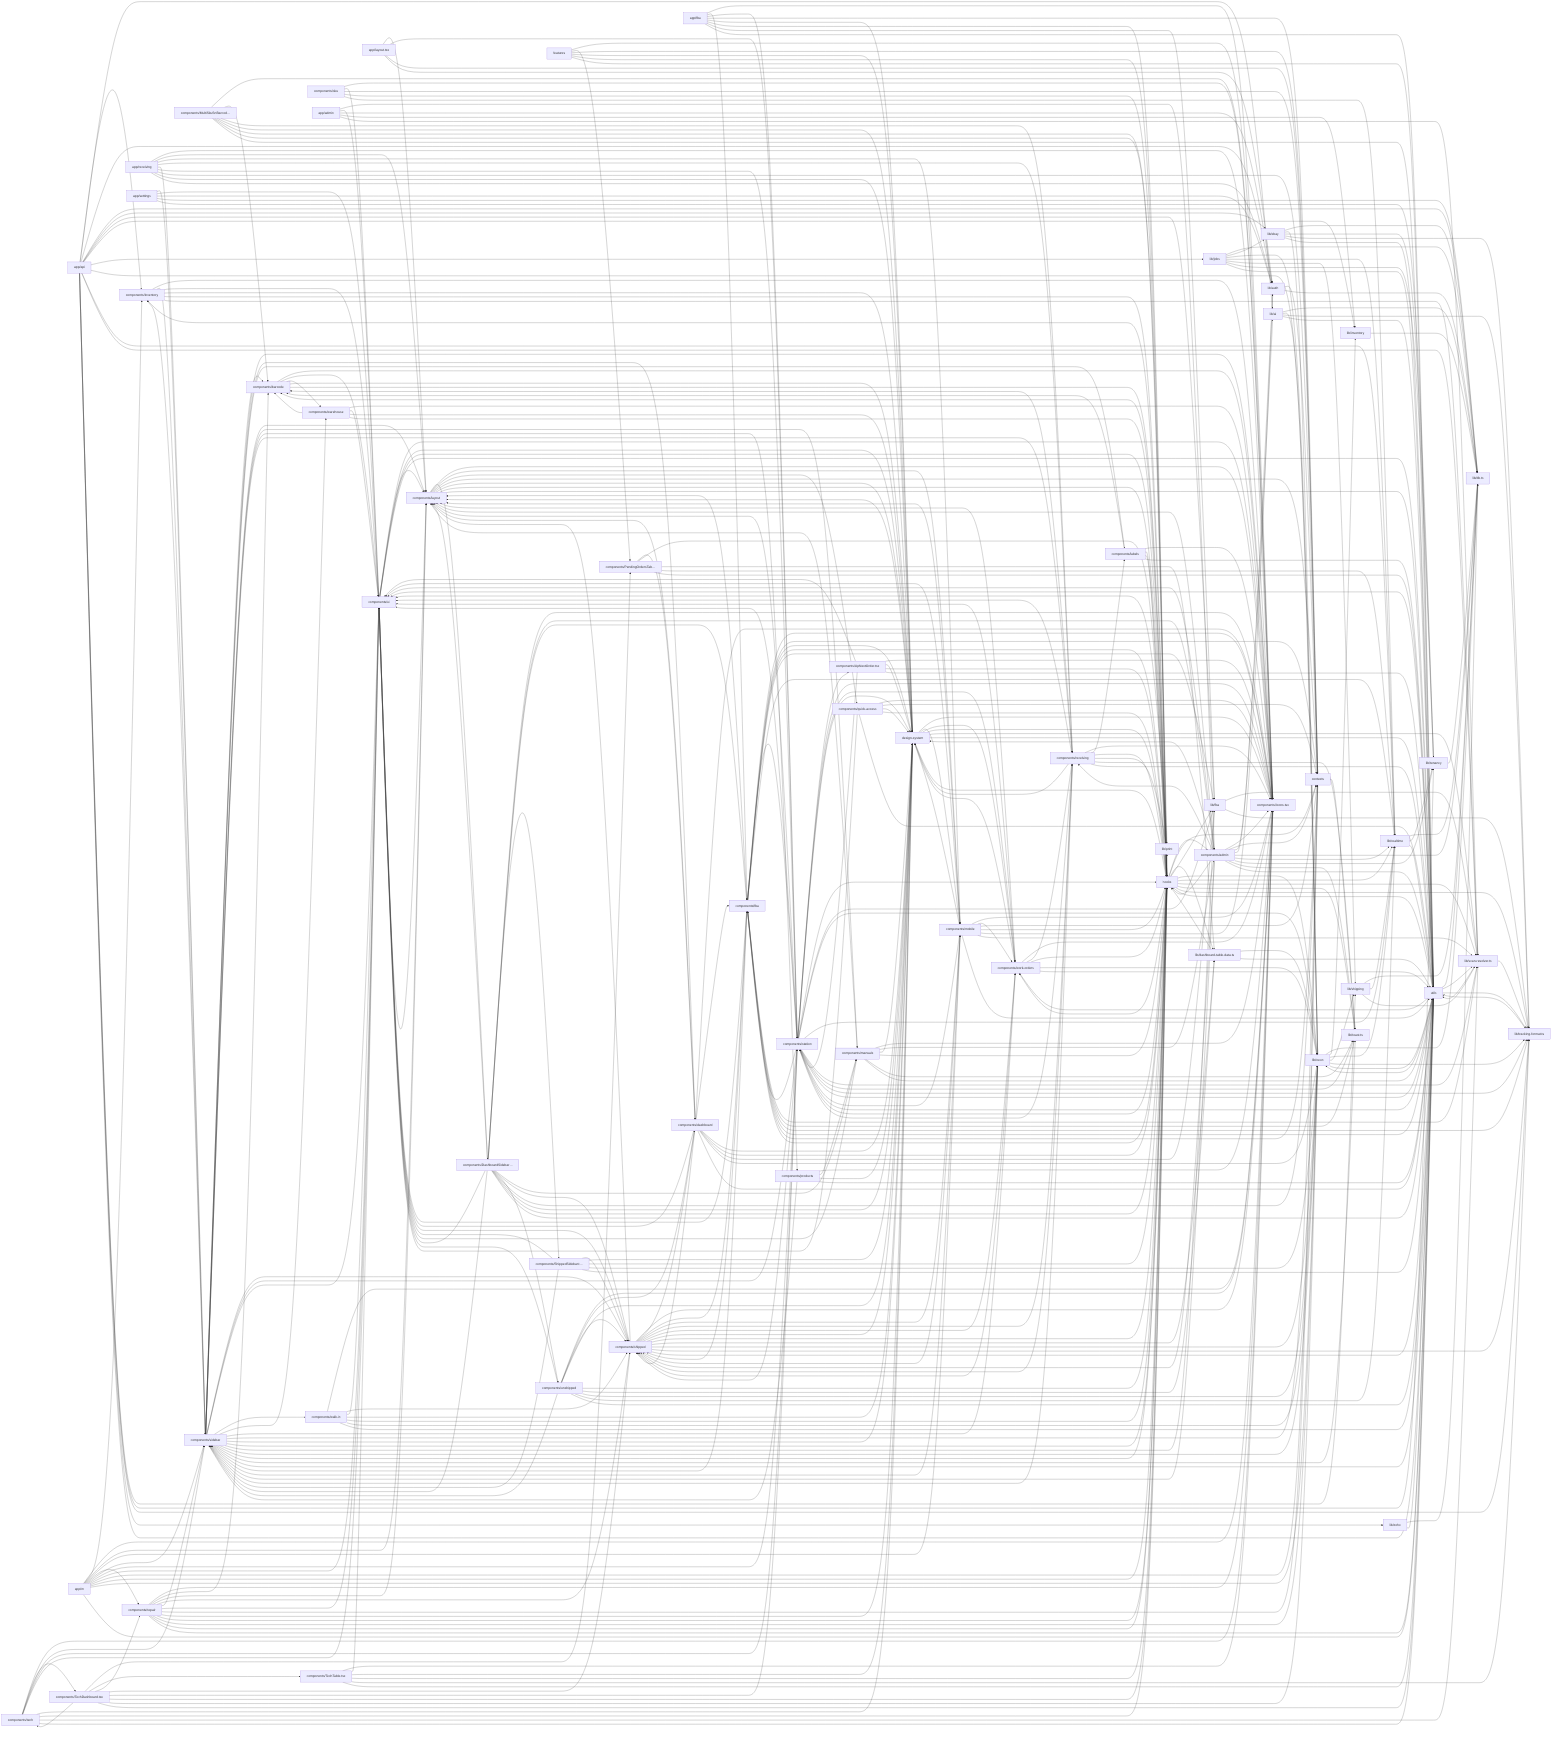
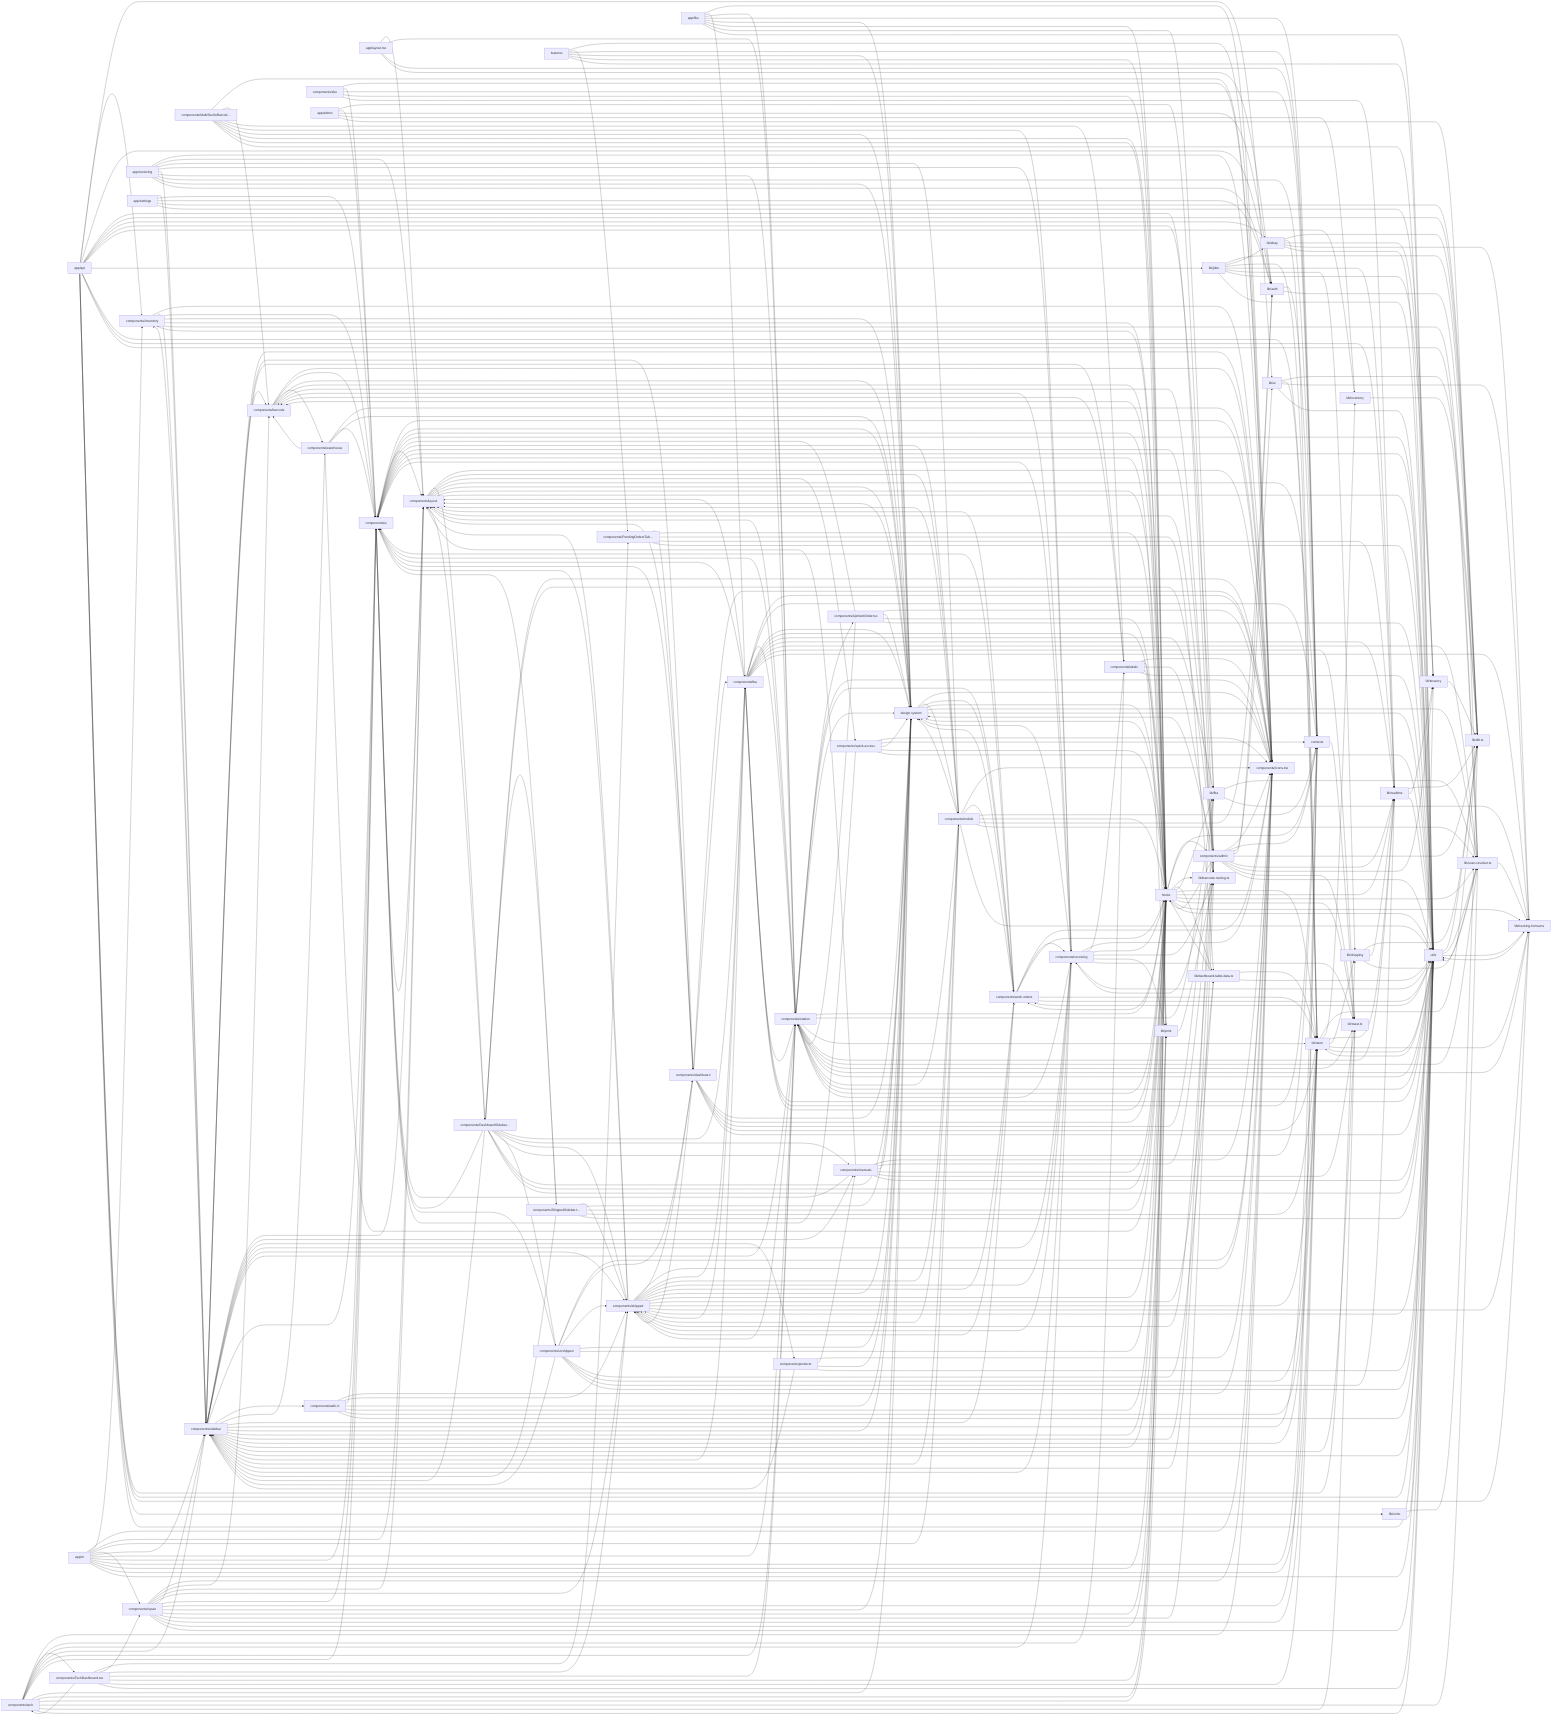
flowchart LR
  app_api["app/api"]
  click app_api "src/app/api/scan-tracking/route.ts" "Open src/app/api/scan-tracking/route.ts"
  hooks["hooks"]
  click hooks "src/hooks/_lifecycle.ts" "Open src/hooks/_lifecycle.ts"
  utils["utils"]
  click utils "src/utils/upnext-shared.ts" "Open src/utils/upnext-shared.ts"
+   design_system["design-system"]
+   click design_system "src/design-system/index.ts" "Open src/design-system/index.ts"
  components_Icons_tsx["components/Icons.tsx"]
  click components_Icons_tsx "src/components/Icons.tsx" "Open src/components/Icons.tsx"
-   design_system["design-system"]
-   click design_system "src/design-system/index.ts" "Open src/design-system/index.ts"
  components_sidebar["components/sidebar"]
  click components_sidebar "src/components/sidebar/DeviceModeToggle.tsx" "Open src/components/sidebar/DeviceModeToggle.tsx"
  components_ui["components/ui"]
  click components_ui "src/components/ui/DeleteButton.tsx" "Open src/components/ui/DeleteButton.tsx"
  lib_db_ts["lib/db.ts"]
  click lib_db_ts "src/lib/db.ts" "Open src/lib/db.ts"
-   components_layout["components/layout"]
-   click components_layout "src/components/layout/OfflineBanner.tsx" "Open src/components/layout/OfflineBanner.tsx"
  components_shipped["components/shipped"]
  click components_shipped "src/components/shipped/DateGroupHeader.tsx" "Open src/components/shipped/DateGroupHeader.tsx"
  components_station["components/station"]
  click components_station "src/components/station/BarcodeScanner.tsx" "Open src/components/station/BarcodeScanner.tsx"
+   components_layout["components/layout"]
+   click components_layout "src/components/layout/OfflineBanner.tsx" "Open src/components/layout/OfflineBanner.tsx"
  lib_neon["lib/neon"]
  click lib_neon "src/lib/neon/serial-units-queries.ts" "Open src/lib/neon/serial-units-queries.ts"
  contexts["contexts"]
  click contexts "src/contexts/HeaderContext.tsx" "Open src/contexts/HeaderContext.tsx"
  components_admin["components/admin"]
  click components_admin "src/components/admin/AccessSidebarPanel.tsx" "Open src/components/admin/AccessSidebarPanel.tsx"
  components_receiving["components/receiving"]
  click components_receiving "src/components/receiving/Mode2Unboxing.tsx" "Open src/components/receiving/Mode2Unboxing.tsx"
  components_mobile["components/mobile"]
  click components_mobile "src/components/mobile/ScanSurface.tsx" "Open src/components/mobile/ScanSurface.tsx"
  components_fba["components/fba"]
  click components_fba "src/components/fba/FbaShippedTable.tsx" "Open src/components/fba/FbaShippedTable.tsx"
  components_work_orders["components/work-orders"]
  click components_work_orders "src/components/work-orders/WorkOrderInfoStrip.tsx" "Open src/components/work-orders/WorkOrderInfoStrip.tsx"
  lib_realtime["lib/realtime"]
  click lib_realtime "src/lib/realtime/db-events.ts" "Open src/lib/realtime/db-events.ts"
  components_repair["components/repair"]
  click components_repair "src/components/repair/SignaturePad.tsx" "Open src/components/repair/SignaturePad.tsx"
  lib_auth["lib/auth"]
  click lib_auth "src/lib/auth/permission-registry.ts" "Open src/lib/auth/permission-registry.ts"
  components_DashboardSidebar_tsx["components/DashboardSidebar…"]
  click components_DashboardSidebar_tsx "src/components/DashboardSidebar.tsx" "Open src/components/DashboardSidebar.tsx"
+   components_tech["components/tech"]
+   click components_tech "src/components/tech/UpNextActionDock.tsx" "Open src/components/tech/UpNextActionDock.tsx"
+   lib_scan_resolver_ts["lib/scan-resolver.ts"]
+   click lib_scan_resolver_ts "src/lib/scan-resolver.ts" "Open src/lib/scan-resolver.ts"
  lib_tracking_format_ts["lib/tracking-format.ts"]
  click lib_tracking_format_ts "src/lib/tracking-format.ts" "Open src/lib/tracking-format.ts"
  components_dashboard["components/dashboard"]
  click components_dashboard "src/components/dashboard/StockZohoOrdersTable.tsx" "Open src/components/dashboard/StockZohoOrdersTable.tsx"
  components_barcode["components/barcode"]
  click components_barcode "src/components/barcode/SkuInput.tsx" "Open src/components/barcode/SkuInput.tsx"
-   lib_scan_resolver_ts["lib/scan-resolver.ts"]
-   click lib_scan_resolver_ts "src/lib/scan-resolver.ts" "Open src/lib/scan-resolver.ts"
  lib_jobs["lib/jobs"]
  click lib_jobs "src/lib/jobs/ebay-sync.ts" "Open src/lib/jobs/ebay-sync.ts"
-   components_manuals["components/manuals"]
-   click components_manuals "src/components/manuals/ManualsLibrarySidebar.tsx" "Open src/components/manuals/ManualsLibrarySidebar.tsx"
  app_m["app/m"]
  click app_m "src/app/m/layout.tsx" "Open src/app/m/layout.tsx"
  components_unshipped["components/unshipped"]
  click components_unshipped "src/components/unshipped/UnshippedTable.tsx" "Open src/components/unshipped/UnshippedTable.tsx"
+   components_manuals["components/manuals"]
+   click components_manuals "src/components/manuals/ManualsLibrarySidebar.tsx" "Open src/components/manuals/ManualsLibrarySidebar.tsx"
  components_inventory["components/inventory"]
  click components_inventory "src/components/inventory/InventoryShell.tsx" "Open src/components/inventory/InventoryShell.tsx"
-   components_tech["components/tech"]
-   click components_tech "src/components/tech/UpNextActionDock.tsx" "Open src/components/tech/UpNextActionDock.tsx"
  app_receiving["app/receiving"]
  click app_receiving "src/app/receiving/page.tsx" "Open src/app/receiving/page.tsx"
-   components_TechDashboard_tsx["components/TechDashboard.tsx"]
-   click components_TechDashboard_tsx "src/components/TechDashboard.tsx" "Open src/components/TechDashboard.tsx"
  components_walk_in["components/walk-in"]
  click components_walk_in "src/components/walk-in/SalesDetailsPanel.tsx" "Open src/components/walk-in/SalesDetailsPanel.tsx"
  lib_tenancy["lib/tenancy"]
  click lib_tenancy "src/lib/tenancy/db.test.ts" "Open src/lib/tenancy/db.test.ts"
+   components_TechDashboard_tsx["components/TechDashboard.tsx"]
+   click components_TechDashboard_tsx "src/components/TechDashboard.tsx" "Open src/components/TechDashboard.tsx"
+   components_labels["components/labels"]
+   click components_labels "src/components/labels/ReceivingCartonLabel.tsx" "Open src/components/labels/ReceivingCartonLabel.tsx"
  components_warehouse["components/warehouse"]
  click components_warehouse "src/components/warehouse/roomFinderContext.tsx" "Open src/components/warehouse/roomFinderContext.tsx"
+   lib_toast_ts["lib/toast.ts"]
+   click lib_toast_ts "src/lib/toast.ts" "Open src/lib/toast.ts"
+   lib_print["lib/print"]
+   click lib_print "src/lib/print/printRepairLabel.ts" "Open src/lib/print/printRepairLabel.ts"
  lib_fba["lib/fba"]
  click lib_fba "src/lib/fba/board-item.ts" "Open src/lib/fba/board-item.ts"
  app_layout_tsx["app/layout.tsx"]
  click app_layout_tsx "src/app/layout.tsx" "Open src/app/layout.tsx"
  components_quick_access["components/quick-access"]
  click components_quick_access "src/components/quick-access/RecentSection.tsx" "Open src/components/quick-access/RecentSection.tsx"
  components_sku["components/sku"]
  click components_sku "src/components/sku/BinRowDetailsSheet.tsx" "Open src/components/sku/BinRowDetailsSheet.tsx"
-   lib_toast_ts["lib/toast.ts"]
-   click lib_toast_ts "src/lib/toast.ts" "Open src/lib/toast.ts"
  lib_ebay["lib/ebay"]
  click lib_ebay "src/lib/ebay/token-refresh.ts" "Open src/lib/ebay/token-refresh.ts"
-   lib_print["lib/print"]
-   click lib_print "src/lib/print/printRepairLabel.ts" "Open src/lib/print/printRepairLabel.ts"
  lib_ai["lib/ai"]
  click lib_ai "src/lib/ai/date-range.test.ts" "Open src/lib/ai/date-range.test.ts"
  app_fba["app/fba"]
  click app_fba "src/app/fba/page.tsx" "Open src/app/fba/page.tsx"
+   components_MultiSkuSnBarcode_tsx["components/MultiSkuSnBarcod…"]
+   click components_MultiSkuSnBarcode_tsx "src/components/MultiSkuSnBarcode.tsx" "Open src/components/MultiSkuSnBarcode.tsx"
  components_PendingOrdersTable_tsx["components/PendingOrdersTab…"]
  click components_PendingOrdersTable_tsx "src/components/PendingOrdersTable.tsx" "Open src/components/PendingOrdersTable.tsx"
  components_ShippedSidebar_tsx["components/ShippedSidebar.t…"]
  click components_ShippedSidebar_tsx "src/components/ShippedSidebar.tsx" "Open src/components/ShippedSidebar.tsx"
  components_products["components/products"]
  click components_products "src/components/products/types.ts" "Open src/components/products/types.ts"
-   components_labels["components/labels"]
-   click components_labels "src/components/labels/ReceivingCartonLabel.tsx" "Open src/components/labels/ReceivingCartonLabel.tsx"
  lib_dashboard_table_data_ts["lib/dashboard-table-data.ts"]
  click lib_dashboard_table_data_ts "src/lib/dashboard-table-data.ts" "Open src/lib/dashboard-table-data.ts"
+   lib_barcode_routing_ts["lib/barcode-routing.ts"]
+   click lib_barcode_routing_ts "src/lib/barcode-routing.ts" "Open src/lib/barcode-routing.ts"
  lib_zoho["lib/zoho"]
  click lib_zoho "src/lib/zoho/mock.ts" "Open src/lib/zoho/mock.ts"
  lib_shipping["lib/shipping"]
  click lib_shipping "src/lib/shipping/repository.ts" "Open src/lib/shipping/repository.ts"
  lib_inventory["lib/inventory"]
  click lib_inventory "src/lib/inventory/internal-gtin.ts" "Open src/lib/inventory/internal-gtin.ts"
  app_settings["app/settings"]
  click app_settings "src/app/settings/page.tsx" "Open src/app/settings/page.tsx"
  app_admin["app/admin"]
  click app_admin "src/app/admin/page.tsx" "Open src/app/admin/page.tsx"
  features["features"]
  click features "src/features/operations/operations-data-sources.ts" "Open src/features/operations/operations-data-sources.ts"
-   components_MultiSkuSnBarcode_tsx["components/MultiSkuSnBarcod…"]
-   click components_MultiSkuSnBarcode_tsx "src/components/MultiSkuSnBarcode.tsx" "Open src/components/MultiSkuSnBarcode.tsx"
  components_UpNextOrder_tsx["components/UpNextOrder.tsx"]
  click components_UpNextOrder_tsx "src/components/UpNextOrder.tsx" "Open src/components/UpNextOrder.tsx"
-   components_TechTable_tsx["components/TechTable.tsx"]
-   click components_TechTable_tsx "src/components/TechTable.tsx" "Open src/components/TechTable.tsx"
  app_admin --> components_admin
  app_admin --> components_ui
  app_admin --> lib_auth
  app_admin --> lib_inventory
  app_admin --> lib_scan_resolver_ts
  app_api --> components_inventory
  app_api --> lib_ai
  app_api --> lib_auth
+   app_api --> lib_barcode_routing_ts
  app_api --> lib_db_ts
  app_api --> lib_ebay
  app_api --> lib_fba
  app_api --> lib_inventory
  app_api --> lib_jobs
  app_api --> lib_neon
  app_api --> lib_realtime
  app_api --> lib_scan_resolver_ts
  app_api --> lib_shipping
  app_api --> lib_tenancy
  app_api --> lib_tracking_format_ts
  app_api --> lib_zoho
  app_api --> utils
  app_fba --> components_Icons_tsx
  app_fba --> components_fba
  app_fba --> components_station
  app_fba --> contexts
  app_fba --> design_system
  app_fba --> hooks
  app_fba --> lib_fba
  app_fba --> utils
  app_layout_tsx --> components_layout
  app_layout_tsx --> components_station
  app_layout_tsx --> contexts
  app_layout_tsx --> lib_auth
  app_m --> components_Icons_tsx
  app_m --> components_inventory
  app_m --> components_layout
  app_m --> components_mobile
  app_m --> components_repair
  app_m --> components_sidebar
  app_m --> components_station
  app_m --> components_ui
  app_m --> contexts
  app_m --> hooks
  app_m --> lib_neon
  app_m --> utils
  app_receiving --> components_Icons_tsx
  app_receiving --> components_layout
  app_receiving --> components_mobile
  app_receiving --> components_receiving
  app_receiving --> components_sidebar
  app_receiving --> components_station
  app_receiving --> contexts
  app_receiving --> design_system
  app_receiving --> lib_auth
  app_settings --> components_sidebar
  app_settings --> components_ui
  app_settings --> lib_auth
  app_settings --> lib_db_ts
  app_settings --> lib_tenancy
  components_DashboardSidebar_tsx --> components_Icons_tsx
  components_DashboardSidebar_tsx --> components_ShippedSidebar_tsx
  components_DashboardSidebar_tsx --> components_admin
  components_DashboardSidebar_tsx --> components_fba
  components_DashboardSidebar_tsx --> components_layout
  components_DashboardSidebar_tsx --> components_manuals
  components_DashboardSidebar_tsx --> components_shipped
  components_DashboardSidebar_tsx --> components_sidebar
  components_DashboardSidebar_tsx --> components_ui
  components_DashboardSidebar_tsx --> components_unshipped
  components_DashboardSidebar_tsx --> contexts
  components_DashboardSidebar_tsx --> design_system
  components_DashboardSidebar_tsx --> hooks
  components_DashboardSidebar_tsx --> utils
  components_MultiSkuSnBarcode_tsx --> components_Icons_tsx
  components_MultiSkuSnBarcode_tsx --> components_barcode
+   components_MultiSkuSnBarcode_tsx --> components_labels
  components_MultiSkuSnBarcode_tsx --> components_receiving
  components_MultiSkuSnBarcode_tsx --> design_system
  components_MultiSkuSnBarcode_tsx --> hooks
  components_MultiSkuSnBarcode_tsx --> lib_print
  components_MultiSkuSnBarcode_tsx --> utils
  components_PendingOrdersTable_tsx --> components_dashboard
  components_PendingOrdersTable_tsx --> hooks
  components_PendingOrdersTable_tsx --> lib_dashboard_table_data_ts
  components_PendingOrdersTable_tsx --> lib_realtime
  components_PendingOrdersTable_tsx --> utils
  components_ShippedSidebar_tsx --> components_shipped
  components_ShippedSidebar_tsx --> components_sidebar
  components_ShippedSidebar_tsx --> components_ui
  components_ShippedSidebar_tsx --> design_system
  components_ShippedSidebar_tsx --> hooks
  components_ShippedSidebar_tsx --> lib_neon
  components_ShippedSidebar_tsx --> utils
  components_TechDashboard_tsx --> components_PendingOrdersTable_tsx
-   components_TechDashboard_tsx --> components_TechTable_tsx
  components_TechDashboard_tsx --> components_repair
  components_TechDashboard_tsx --> components_shipped
  components_TechDashboard_tsx --> components_station
  components_TechDashboard_tsx --> components_tech
  components_TechDashboard_tsx --> hooks
  components_TechDashboard_tsx --> lib_neon
  components_TechDashboard_tsx --> utils
-   components_TechTable_tsx --> components_Icons_tsx
-   components_TechTable_tsx --> components_ui
-   components_TechTable_tsx --> design_system
-   components_TechTable_tsx --> hooks
-   components_TechTable_tsx --> lib_tracking_format_ts
-   components_TechTable_tsx --> utils
  components_UpNextOrder_tsx --> components_Icons_tsx
  components_UpNextOrder_tsx --> components_station
  components_UpNextOrder_tsx --> components_ui
  components_UpNextOrder_tsx --> design_system
  components_UpNextOrder_tsx --> hooks
  components_UpNextOrder_tsx --> utils
  components_admin --> components_Icons_tsx
  components_admin --> components_layout
  components_admin --> components_receiving
  components_admin --> components_shipped
  components_admin --> components_sidebar
  components_admin --> components_ui
  components_admin --> contexts
  components_admin --> design_system
  components_admin --> hooks
  components_admin --> lib_ai
  components_admin --> lib_auth
  components_admin --> lib_db_ts
  components_admin --> lib_realtime
  components_admin --> lib_tenancy
  components_admin --> lib_toast_ts
  components_admin --> utils
  components_barcode --> components_Icons_tsx
  components_barcode --> components_ui
  components_barcode --> components_warehouse
  components_barcode --> design_system
  components_barcode --> hooks
+   components_barcode --> lib_barcode_routing_ts
  components_dashboard --> components_Icons_tsx
  components_dashboard --> components_fba
  components_dashboard --> components_layout
  components_dashboard --> components_shipped
  components_dashboard --> components_ui
  components_dashboard --> design_system
  components_dashboard --> hooks
  components_dashboard --> lib_fba
  components_dashboard --> lib_neon
  components_dashboard --> utils
  components_fba --> components_Icons_tsx
  components_fba --> components_layout
  components_fba --> components_shipped
  components_fba --> components_sidebar
  components_fba --> components_station
  components_fba --> components_ui
  components_fba --> contexts
  components_fba --> design_system
  components_fba --> hooks
  components_fba --> lib_fba
  components_fba --> lib_realtime
  components_fba --> lib_scan_resolver_ts
  components_fba --> lib_toast_ts
  components_fba --> lib_tracking_format_ts
  components_fba --> utils
  components_inventory --> components_Icons_tsx
  components_inventory --> components_sidebar
  components_inventory --> components_ui
  components_inventory --> design_system
  components_inventory --> hooks
  components_inventory --> lib_scan_resolver_ts
  components_labels --> components_Icons_tsx
  components_labels --> components_barcode
  components_labels --> hooks
+   components_labels --> lib_barcode_routing_ts
  components_labels --> lib_print
  components_labels --> utils
  components_layout --> components_DashboardSidebar_tsx
  components_layout --> components_Icons_tsx
  components_layout --> components_mobile
  components_layout --> components_quick_access
  components_layout --> components_ui
  components_layout --> contexts
  components_layout --> design_system
  components_layout --> hooks
  components_layout --> utils
  components_manuals --> components_Icons_tsx
  components_manuals --> components_admin
  components_manuals --> components_layout
  components_manuals --> components_ui
  components_manuals --> design_system
  components_manuals --> hooks
  components_manuals --> lib_toast_ts
  components_manuals --> utils
  components_mobile --> components_Icons_tsx
  components_mobile --> components_layout
  components_mobile --> components_shipped
  components_mobile --> components_sidebar
  components_mobile --> components_station
  components_mobile --> components_ui
  components_mobile --> components_work_orders
  components_mobile --> contexts
  components_mobile --> design_system
  components_mobile --> hooks
  components_mobile --> lib_auth
  components_mobile --> lib_scan_resolver_ts
  components_mobile --> utils
  components_products --> components_Icons_tsx
  components_products --> components_manuals
  components_products --> components_sidebar
  components_products --> design_system
  components_products --> utils
  components_quick_access --> components_Icons_tsx
  components_quick_access --> components_ui
  components_quick_access --> contexts
  components_quick_access --> design_system
  components_quick_access --> hooks
  components_quick_access --> utils
  components_receiving --> components_Icons_tsx
  components_receiving --> components_barcode
  components_receiving --> components_labels
  components_receiving --> components_shipped
  components_receiving --> components_sidebar
  components_receiving --> components_station
  components_receiving --> components_ui
  components_receiving --> design_system
  components_receiving --> hooks
+   components_receiving --> lib_barcode_routing_ts
  components_receiving --> lib_print
  components_receiving --> lib_toast_ts
  components_receiving --> utils
  components_repair --> components_Icons_tsx
  components_repair --> components_barcode
  components_repair --> components_layout
  components_repair --> components_shipped
  components_repair --> components_sidebar
  components_repair --> components_ui
  components_repair --> contexts
  components_repair --> design_system
  components_repair --> hooks
+   components_repair --> lib_barcode_routing_ts
  components_repair --> lib_neon
  components_repair --> lib_print
  components_repair --> utils
  components_shipped --> components_Icons_tsx
  components_shipped --> components_dashboard
  components_shipped --> components_fba
  components_shipped --> components_layout
  components_shipped --> components_mobile
  components_shipped --> components_receiving
  components_shipped --> components_ui
  components_shipped --> components_work_orders
  components_shipped --> design_system
  components_shipped --> hooks
  components_shipped --> lib_dashboard_table_data_ts
  components_shipped --> lib_neon
  components_shipped --> lib_tracking_format_ts
  components_shipped --> utils
  components_sidebar --> components_Icons_tsx
  components_sidebar --> components_barcode
  components_sidebar --> components_dashboard
  components_sidebar --> components_inventory
  components_sidebar --> components_labels
  components_sidebar --> components_layout
  components_sidebar --> components_manuals
  components_sidebar --> components_products
  components_sidebar --> components_receiving
  components_sidebar --> components_shipped
  components_sidebar --> components_station
  components_sidebar --> components_ui
  components_sidebar --> components_walk_in
  components_sidebar --> components_warehouse
  components_sidebar --> components_work_orders
  components_sidebar --> contexts
  components_sidebar --> design_system
  components_sidebar --> hooks
  components_sidebar --> lib_fba
  components_sidebar --> lib_neon
  components_sidebar --> lib_print
  components_sidebar --> lib_toast_ts
  components_sidebar --> utils
  components_sku --> components_Icons_tsx
  components_sku --> components_ui
  components_sku --> contexts
  components_sku --> hooks
  components_sku --> lib_realtime
  components_station --> components_Icons_tsx
  components_station --> components_UpNextOrder_tsx
  components_station --> components_fba
  components_station --> components_layout
  components_station --> components_shipped
  components_station --> components_ui
  components_station --> components_work_orders
  components_station --> design_system
  components_station --> hooks
  components_station --> lib_fba
  components_station --> lib_neon
  components_station --> lib_realtime
  components_station --> lib_scan_resolver_ts
  components_station --> lib_toast_ts
  components_station --> lib_tracking_format_ts
  components_station --> utils
  components_tech --> components_Icons_tsx
  components_tech --> components_TechDashboard_tsx
+   components_tech --> components_labels
+   components_tech --> components_receiving
  components_tech --> components_sidebar
  components_tech --> components_station
  components_tech --> components_ui
  components_tech --> design_system
  components_tech --> hooks
+   components_tech --> lib_print
  components_tech --> lib_scan_resolver_ts
+   components_tech --> lib_toast_ts
  components_tech --> utils
  components_ui --> components_Icons_tsx
  components_ui --> components_layout
  components_ui --> design_system
  components_ui --> hooks
  components_ui --> utils
  components_unshipped --> components_Icons_tsx
  components_unshipped --> components_dashboard
  components_unshipped --> components_shipped
  components_unshipped --> components_sidebar
  components_unshipped --> components_ui
  components_unshipped --> design_system
  components_unshipped --> hooks
  components_unshipped --> lib_dashboard_table_data_ts
  components_unshipped --> lib_neon
  components_unshipped --> lib_realtime
  components_unshipped --> utils
  components_walk_in --> components_Icons_tsx
  components_walk_in --> components_shipped
  components_walk_in --> components_ui
  components_walk_in --> design_system
  components_walk_in --> hooks
  components_walk_in --> lib_neon
  components_walk_in --> utils
  components_warehouse --> components_Icons_tsx
  components_warehouse --> components_barcode
  components_warehouse --> components_ui
  components_warehouse --> design_system
  components_warehouse --> hooks
  components_work_orders --> components_Icons_tsx
  components_work_orders --> components_layout
  components_work_orders --> components_receiving
  components_work_orders --> components_shipped
  components_work_orders --> components_ui
  components_work_orders --> design_system
  components_work_orders --> hooks
  components_work_orders --> lib_neon
  components_work_orders --> utils
  contexts --> components_fba
  contexts --> lib_toast_ts
  design_system --> components_Icons_tsx
  design_system --> components_layout
  design_system --> components_mobile
  design_system --> components_work_orders
  design_system --> hooks
  design_system --> lib_scan_resolver_ts
  design_system --> utils
  features --> components_Icons_tsx
  features --> components_PendingOrdersTable_tsx
  features --> contexts
  features --> design_system
  features --> hooks
  features --> utils
  hooks --> components_admin
  hooks --> components_barcode
  hooks --> components_fba
  hooks --> components_inventory
  hooks --> components_station
  hooks --> components_work_orders
  hooks --> contexts
  hooks --> design_system
+   hooks --> lib_barcode_routing_ts
  hooks --> lib_dashboard_table_data_ts
  hooks --> lib_fba
  hooks --> lib_neon
  hooks --> lib_realtime
  hooks --> lib_scan_resolver_ts
  hooks --> lib_toast_ts
  hooks --> lib_tracking_format_ts
  hooks --> utils
  lib_ai --> lib_db_ts
  lib_ai --> lib_neon
  lib_ai --> lib_tracking_format_ts
  lib_ai --> utils
  lib_auth --> contexts
  lib_auth --> lib_db_ts
  lib_dashboard_table_data_ts --> hooks
  lib_dashboard_table_data_ts --> lib_neon
  lib_dashboard_table_data_ts --> utils
  lib_ebay --> lib_db_ts
  lib_ebay --> lib_neon
  lib_ebay --> lib_tenancy
  lib_ebay --> lib_tracking_format_ts
  lib_ebay --> utils
  lib_fba --> lib_scan_resolver_ts
  lib_fba --> lib_tracking_format_ts
  lib_inventory --> lib_db_ts
  lib_jobs --> lib_db_ts
  lib_jobs --> lib_ebay
  lib_jobs --> lib_neon
  lib_jobs --> lib_realtime
  lib_jobs --> lib_shipping
  lib_jobs --> lib_tenancy
  lib_jobs --> utils
  lib_neon --> lib_db_ts
  lib_neon --> lib_inventory
  lib_neon --> lib_realtime
  lib_neon --> lib_shipping
  lib_neon --> lib_tracking_format_ts
  lib_neon --> utils
  lib_print --> components_ui
+   lib_print --> lib_barcode_routing_ts
  lib_realtime --> lib_db_ts
  lib_realtime --> lib_tenancy
  lib_realtime --> utils
  lib_scan_resolver_ts --> lib_tracking_format_ts
  lib_scan_resolver_ts --> utils
  lib_shipping --> lib_db_ts
  lib_shipping --> lib_realtime
  lib_shipping --> lib_scan_resolver_ts
  lib_tenancy --> lib_db_ts
  lib_tracking_format_ts --> utils
  lib_zoho --> lib_db_ts
  lib_zoho --> utils
  utils --> components_station
  utils --> components_ui
  utils --> components_work_orders
  utils --> lib_db_ts
  utils --> lib_neon
  utils --> lib_scan_resolver_ts
  utils --> lib_tracking_format_ts
  %% truncated: 169 more groups not shown